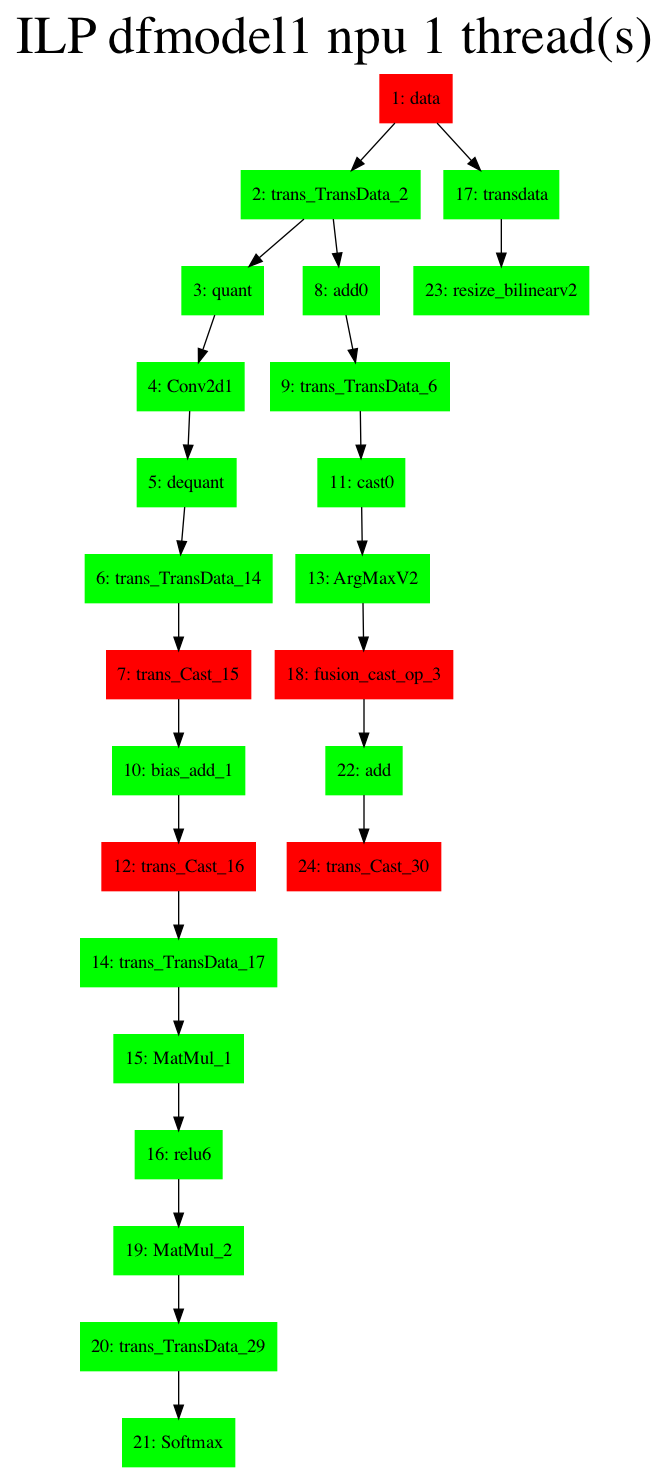
Earlier version of the Graphviz export mnn/models/dfmodel1/npu/ilp-graphviz-dfmodel1-cpu-1.png (summerspringwei/DAG-Scheduler). Its source is kept beside it as mnn/models/dfmodel1/npu/ilp-graphviz-dfmodel1-cpu-1.gv.
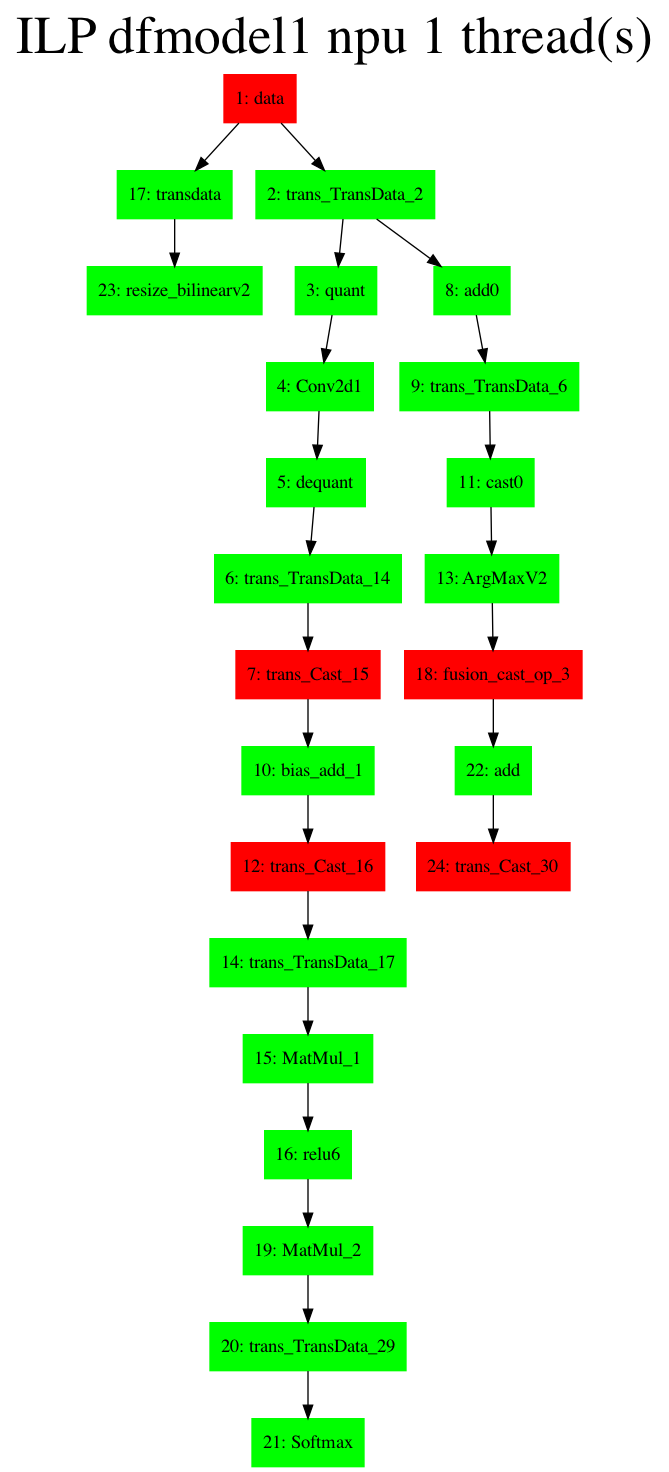
Above is the later version.

The edit, as a diff of the source:
```diff
@@ -2,8 +2,8 @@
 label     = "ILP dfmodel1 npu 1 thread(s)"
     labelloc  =  t // t: Place the graph's title on top.
     fontsize  = 40 // Make title stand out by giving a large font size
-    fontcolor = black"1: data"->"2: trans_TransData_2";
-"1: data"->"17: transdata";
+    fontcolor = black"1: data"->"17: transdata";
+"1: data"->"2: trans_TransData_2";
 "1: data" [shape=box,style=filled,color=red];
 "17: transdata"->"23: resize_bilinearv2";
 "17: transdata" [shape=box,style=filled,color=green];
```
